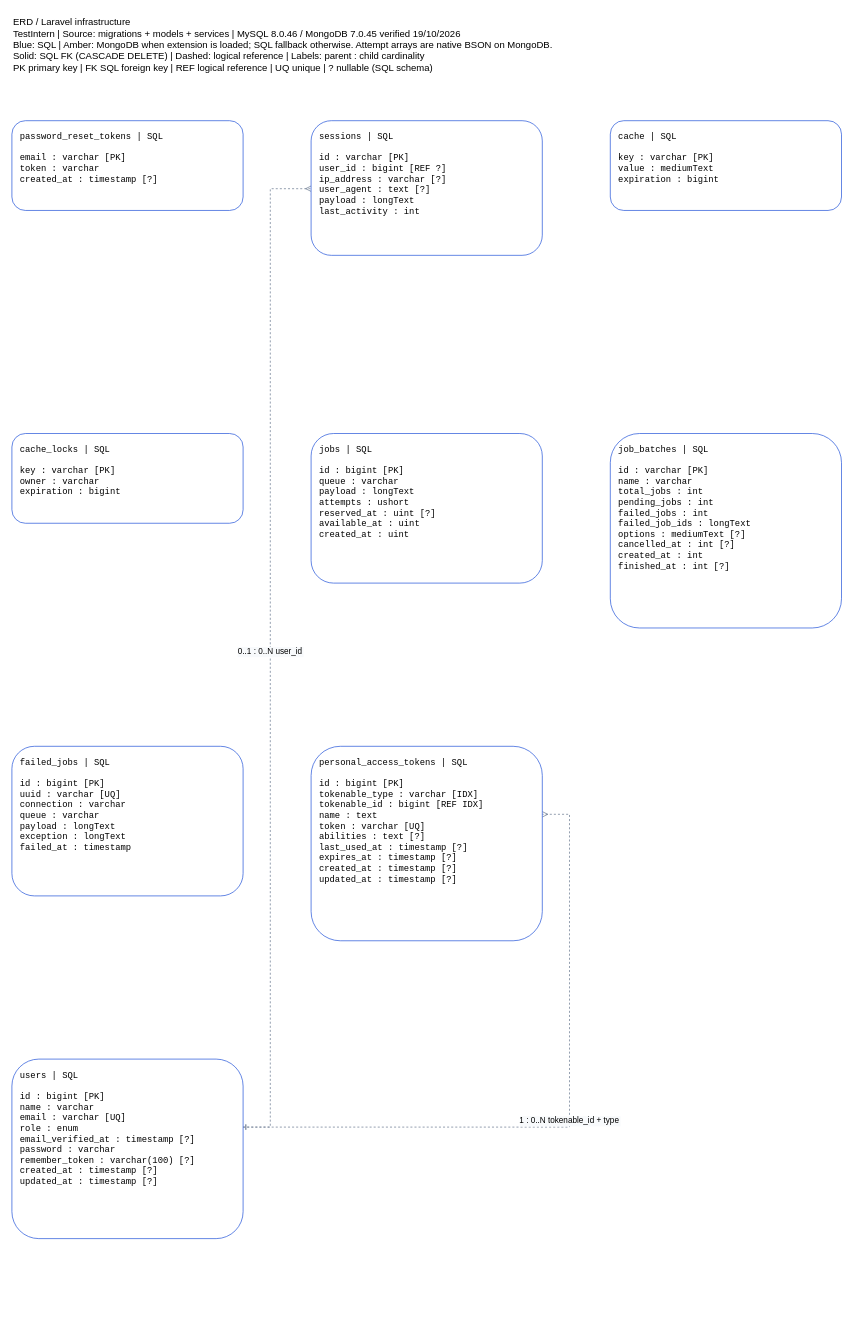
Before: page "ERD / Laravel infrastructure" (2 of 2) of docs/database/testintern-erd.drawio in 0xcRachel/Intern_Test, a draw.io diagram. Source tidied: cells renumbered, new cells numbered last; positions are measured from the earlier drawing's top-left corner, leaving out a move shared by most shapes. Both pictures are drawn from the tidied source at 68%, with x=0, y=0 at pixel (12, 12).
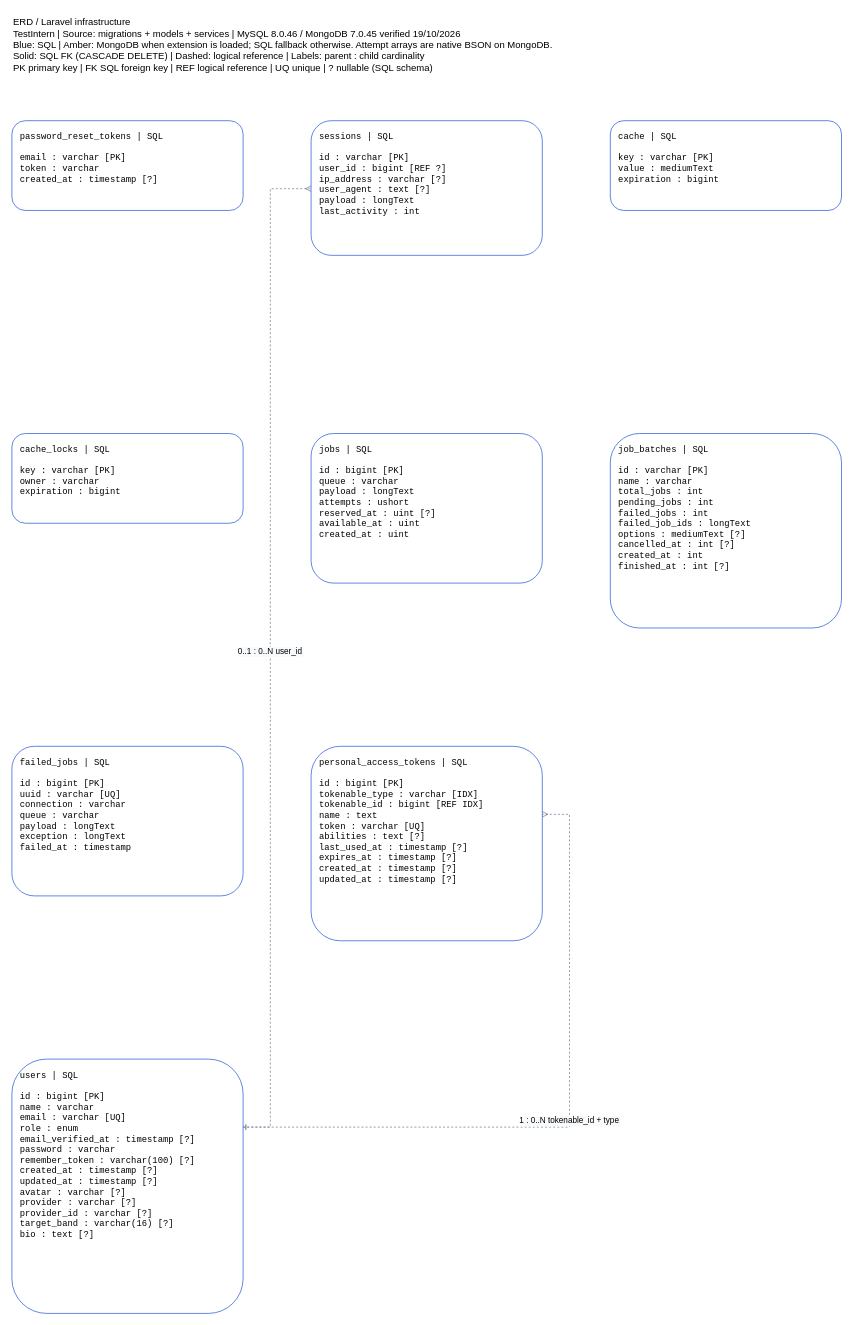
Above is the later version.

Change to the diagram source:
```diff
@@
 <mxGraphModel>
   <root>
     <mxCell id="0" />
     <mxCell id="1" parent="0" />
     <mxCell id="2" value="ERD / Laravel infrastructure&#10;TestIntern | Source: migrations + models + services | MySQL 8.0.46 / MongoDB 7.0.45 verified 19/10/2026&#10;Blue: SQL | Amber: MongoDB when extension is loaded; SQL fallback otherwise. Attempt arrays are native BSON on MongoDB.&#10;Solid: SQL FK (CASCADE DELETE) | Dashed: logical reference | Labels: parent : child cardinality&#10;PK primary key | FK SQL foreign key | REF logical reference | UQ unique | ? nullable (SQL schema)" style="text;whiteSpace=wrap;html=0;align=left;verticalAlign=top;fontSize=14;" parent="1" vertex="1">
       <mxGeometry width="1240" height="140" as="geometry" />
     </mxCell>
     <mxCell id="3" value="0..1 : 0..N  user_id" style="edgeStyle=orthogonalEdgeStyle;rounded=0;html=0;endArrow=ERmany;startArrow=ERone;strokeColor=#64748b;fontSize=12;labelBackgroundColor=#f8fafc;dashed=1;" parent="1" edge="1" source="13" target="6">
       <mxGeometry relative="1" as="geometry">
         <Array as="points">
           <mxPoint x="380" y="1640" />
           <mxPoint x="380" y="260" />
         </Array>
       </mxGeometry>
     </mxCell>
     <mxCell id="4" value="1 : 0..N  tokenable_id + type" style="edgeStyle=orthogonalEdgeStyle;rounded=0;html=0;endArrow=ERmany;startArrow=ERone;strokeColor=#64748b;fontSize=12;labelBackgroundColor=#f8fafc;dashed=1;" parent="1" edge="1" source="13" target="12">
       <mxGeometry relative="1" as="geometry">
         <Array as="points">
           <mxPoint x="820" y="1640" />
           <mxPoint x="820" y="1180" />
         </Array>
       </mxGeometry>
     </mxCell>
     <mxCell id="5" value="password_reset_tokens  |  SQL&#10;&#10;email  :  varchar  [PK]&#10;token  :  varchar&#10;created_at  :  timestamp  [?]" style="rounded=1;whiteSpace=wrap;html=0;align=left;verticalAlign=top;spacing=12;fontSize=13;fontFamily=Consolas;fillColor=#ffffff;strokeColor=#1d4ed8;" parent="1" vertex="1">
       <mxGeometry y="160" width="340" height="132" as="geometry" />
     </mxCell>
     <mxCell id="6" value="sessions  |  SQL&#10;&#10;id  :  varchar  [PK]&#10;user_id  :  bigint  [REF  ?]&#10;ip_address  :  varchar  [?]&#10;user_agent  :  text  [?]&#10;payload  :  longText&#10;last_activity  :  int" style="rounded=1;whiteSpace=wrap;html=0;align=left;verticalAlign=top;spacing=12;fontSize=13;fontFamily=Consolas;fillColor=#ffffff;strokeColor=#1d4ed8;" parent="1" vertex="1">
       <mxGeometry x="440" y="160" width="340" height="198" as="geometry" />
     </mxCell>
     <mxCell id="7" value="cache  |  SQL&#10;&#10;key  :  varchar  [PK]&#10;value  :  mediumText&#10;expiration  :  bigint" style="rounded=1;whiteSpace=wrap;html=0;align=left;verticalAlign=top;spacing=12;fontSize=13;fontFamily=Consolas;fillColor=#ffffff;strokeColor=#1d4ed8;" parent="1" vertex="1">
       <mxGeometry x="880" y="160" width="340" height="132" as="geometry" />
     </mxCell>
     <mxCell id="8" value="cache_locks  |  SQL&#10;&#10;key  :  varchar  [PK]&#10;owner  :  varchar&#10;expiration  :  bigint" style="rounded=1;whiteSpace=wrap;html=0;align=left;verticalAlign=top;spacing=12;fontSize=13;fontFamily=Consolas;fillColor=#ffffff;strokeColor=#1d4ed8;" parent="1" vertex="1">
       <mxGeometry y="620" width="340" height="132" as="geometry" />
     </mxCell>
     <mxCell id="9" value="jobs  |  SQL&#10;&#10;id  :  bigint  [PK]&#10;queue  :  varchar&#10;payload  :  longText&#10;attempts  :  ushort&#10;reserved_at  :  uint  [?]&#10;available_at  :  uint&#10;created_at  :  uint" style="rounded=1;whiteSpace=wrap;html=0;align=left;verticalAlign=top;spacing=12;fontSize=13;fontFamily=Consolas;fillColor=#ffffff;strokeColor=#1d4ed8;" parent="1" vertex="1">
       <mxGeometry x="440" y="620" width="340" height="220" as="geometry" />
     </mxCell>
     <mxCell id="10" value="job_batches  |  SQL&#10;&#10;id  :  varchar  [PK]&#10;name  :  varchar&#10;total_jobs  :  int&#10;pending_jobs  :  int&#10;failed_jobs  :  int&#10;failed_job_ids  :  longText&#10;options  :  mediumText  [?]&#10;cancelled_at  :  int  [?]&#10;created_at  :  int&#10;finished_at  :  int  [?]" style="rounded=1;whiteSpace=wrap;html=0;align=left;verticalAlign=top;spacing=12;fontSize=13;fontFamily=Consolas;fillColor=#ffffff;strokeColor=#1d4ed8;" parent="1" vertex="1">
       <mxGeometry x="880" y="620" width="340" height="286" as="geometry" />
     </mxCell>
     <mxCell id="11" value="failed_jobs  |  SQL&#10;&#10;id  :  bigint  [PK]&#10;uuid  :  varchar  [UQ]&#10;connection  :  varchar&#10;queue  :  varchar&#10;payload  :  longText&#10;exception  :  longText&#10;failed_at  :  timestamp" style="rounded=1;whiteSpace=wrap;html=0;align=left;verticalAlign=top;spacing=12;fontSize=13;fontFamily=Consolas;fillColor=#ffffff;strokeColor=#1d4ed8;" parent="1" vertex="1">
       <mxGeometry y="1080" width="340" height="220" as="geometry" />
     </mxCell>
     <mxCell id="12" value="personal_access_tokens  |  SQL&#10;&#10;id  :  bigint  [PK]&#10;tokenable_type  :  varchar  [IDX]&#10;tokenable_id  :  bigint  [REF IDX]&#10;name  :  text&#10;token  :  varchar  [UQ]&#10;abilities  :  text  [?]&#10;last_used_at  :  timestamp  [?]&#10;expires_at  :  timestamp  [?]&#10;created_at  :  timestamp  [?]&#10;updated_at  :  timestamp  [?]" style="rounded=1;whiteSpace=wrap;html=0;align=left;verticalAlign=top;spacing=12;fontSize=13;fontFamily=Consolas;fillColor=#ffffff;strokeColor=#1d4ed8;" parent="1" vertex="1">
       <mxGeometry x="440" y="1080" width="340" height="286" as="geometry" />
     </mxCell>
-    <mxCell id="13" value="users  |  SQL&#10;&#10;id  :  bigint  [PK]&#10;name  :  varchar&#10;email  :  varchar  [UQ]&#10;role  :  enum&#10;email_verified_at  :  timestamp  [?]&#10;password  :  varchar&#10;remember_token  :  varchar(100)  [?]&#10;created_at  :  timestamp  [?]&#10;updated_at  :  timestamp  [?]" style="rounded=1;whiteSpace=wrap;html=0;align=left;verticalAlign=top;spacing=12;fontSize=13;fontFamily=Consolas;fillColor=#ffffff;strokeColor=#1d4ed8;" parent="1" vertex="1">
-      <mxGeometry y="1540" width="340" height="264" as="geometry" />
+    <mxCell id="13" value="users  |  SQL&#10;&#10;id  :  bigint  [PK]&#10;name  :  varchar&#10;email  :  varchar  [UQ]&#10;role  :  enum&#10;email_verified_at  :  timestamp  [?]&#10;password  :  varchar&#10;remember_token  :  varchar(100)  [?]&#10;created_at  :  timestamp  [?]&#10;updated_at  :  timestamp  [?]&#10;avatar  :  varchar  [?]&#10;provider  :  varchar  [?]&#10;provider_id  :  varchar  [?]&#10;target_band  :  varchar(16)  [?]&#10;bio  :  text  [?]" style="rounded=1;whiteSpace=wrap;html=0;align=left;verticalAlign=top;spacing=12;fontSize=13;fontFamily=Consolas;fillColor=#ffffff;strokeColor=#1d4ed8;" parent="1" vertex="1">
+      <mxGeometry y="1540" width="340" height="374" as="geometry" />
     </mxCell>
   </root>
 </mxGraphModel>
```
